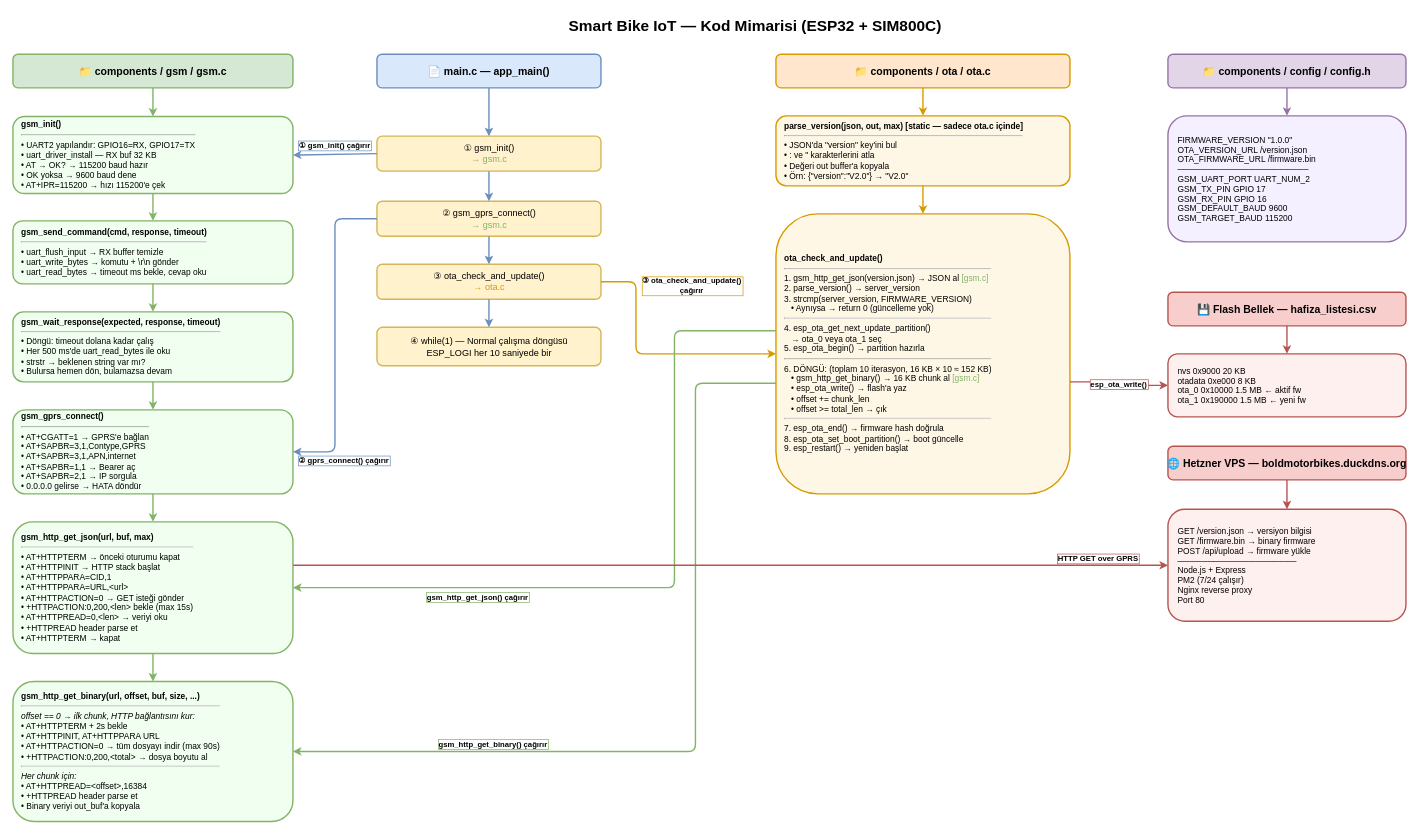
Above: docs/smart_bike_architecture.drawio in BasriSoylu/smart-bike-iot-idf (draw.io), before the change. Source tidied: cells renumbered, new cells numbered last; positions are measured from the earlier drawing's top-left corner, leaving out a move shared by most shapes. Both pictures are drawn from the tidied source at 70%, with x=0, y=0 at pixel (13, 12).
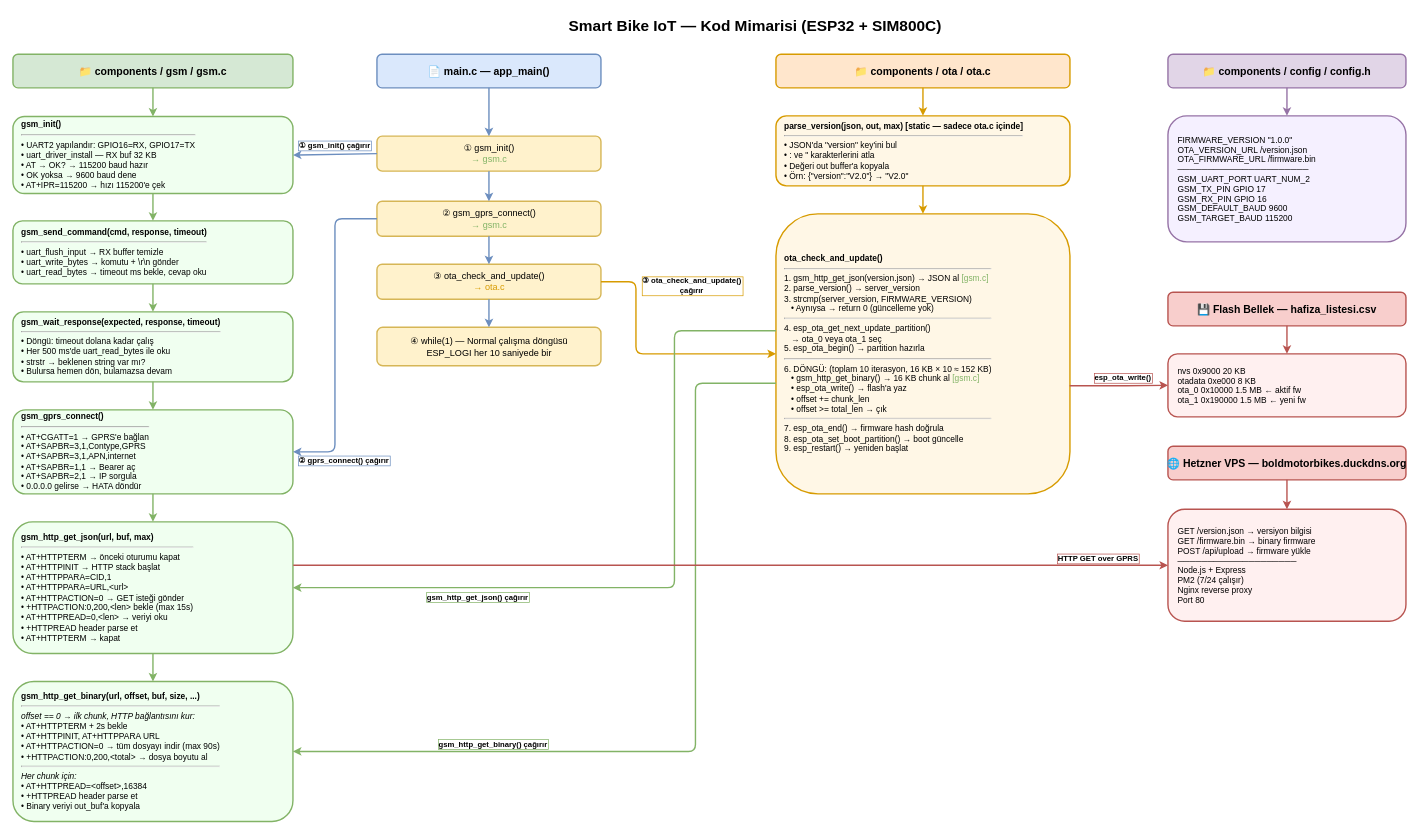
After the change.

Unchanged cells that the change refers to:
```xml
<mxCell id="27" value="&lt;b&gt;ota_check_and_update()&lt;/b&gt;&lt;hr/&gt;1. gsm_http_get_json(version.json) → JSON al    &lt;font color='#82b366'&gt;[gsm.c]&lt;/font&gt;&lt;br/&gt;2. parse_version() → server_version&lt;br/&gt;3. strcmp(server_version, FIRMWARE_VERSION)&lt;br/&gt;&amp;nbsp;&amp;nbsp;&amp;nbsp;• Aynıysa → return 0 (güncelleme yok)&lt;br/&gt;&lt;hr/&gt;4. esp_ota_get_next_update_partition()&lt;br/&gt;&amp;nbsp;&amp;nbsp;&amp;nbsp;→ ota_0 veya ota_1 seç&lt;br/&gt;5. esp_ota_begin() → partition hazırla&lt;br/&gt;&lt;hr/&gt;6. DÖNGÜ: (toplam 10 iterasyon, 16 KB × 10 ≈ 152 KB)&lt;br/&gt;&amp;nbsp;&amp;nbsp;&amp;nbsp;• gsm_http_get_binary() → 16 KB chunk al    &lt;font color='#82b366'&gt;[gsm.c]&lt;/font&gt;&lt;br/&gt;&amp;nbsp;&amp;nbsp;&amp;nbsp;• esp_ota_write() → flash'a yaz&lt;br/&gt;&amp;nbsp;&amp;nbsp;&amp;nbsp;• offset += chunk_len&lt;br/&gt;&amp;nbsp;&amp;nbsp;&amp;nbsp;• offset &amp;gt;= total_len → çık&lt;br/&gt;&lt;hr/&gt;7. esp_ota_end() → firmware hash doğrula&lt;br/&gt;8. esp_ota_set_boot_partition() → boot güncelle&lt;br/&gt;9. esp_restart() → yeniden başlat" style="rounded=1;fillColor=#fff7e6;strokeColor=#d79b00;strokeWidth=2;align=left;spacingLeft=10;html=1;fontSize=12;" parent="1" vertex="1">
  <mxGeometry x="1090" y="288" width="420" height="400" as="geometry" />
</mxCell>
<mxCell id="34" value="nvs       0x9000     20 KB&#10;otadata   0xe000      8 KB&#10;ota_0     0x10000   1.5 MB  ← aktif fw&#10;ota_1     0x190000  1.5 MB  ← yeni fw" style="rounded=1;fillColor=#fff0f0;strokeColor=#b85450;strokeWidth=2;align=left;spacingLeft=12;fontSize=12;" parent="1" vertex="1">
  <mxGeometry x="1650" y="488" width="340" height="90" as="geometry" />
</mxCell>
```

Diff of the diagram source:
```diff
@@
-    <mxCell id="44" value="esp_ota_write()" style="edgeStyle=orthogonalEdgeStyle;strokeColor=#b85450;strokeWidth=2;dashed=0;fontStyle=1;fontSize=11;labelBackgroundColor=#ffffff;labelBorderColor=#b85450;exitX=1;exitY=0.6;exitDx=0;exitDy=0;entryX=0;entryY=0.5;entryDx=0;entryDy=0;" parent="1" edge="1" source="27" target="34">
-      <mxGeometry relative="1" as="geometry">
-        <Array as="points">
-          <mxPoint x="1580" y="528" />
-          <mxPoint x="1580" y="533" />
-        </Array>
-      </mxGeometry>
+    <mxCell id="44" value="esp_ota_write()" style="edgeStyle=orthogonalEdgeStyle;strokeColor=#b85450;strokeWidth=2;dashed=0;fontStyle=1;fontSize=11;labelBackgroundColor=#ffffff;labelBorderColor=#b85450;entryX=0;entryY=0.5;entryDx=0;entryDy=0;exitX=0.999;exitY=0.614;exitDx=0;exitDy=0;exitPerimeter=0;" parent="1" edge="1" source="27" target="34">
+      <mxGeometry x="0.09" y="11" relative="1" as="geometry" />
     </mxCell>
```
